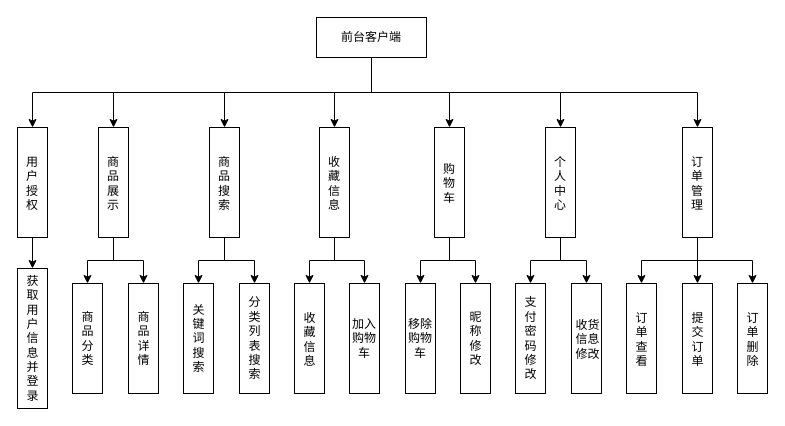
The draw.io diagram 未命名绘图.drawio in hnistzzm/-, before the edit. Source tidied: cells renumbered, new cells numbered last; positions are measured from the earlier drawing's top-left corner, leaving out a move shared by most shapes. Both pictures are drawn from the tidied source at 100%, with x=0, y=0 at pixel (17, 17).
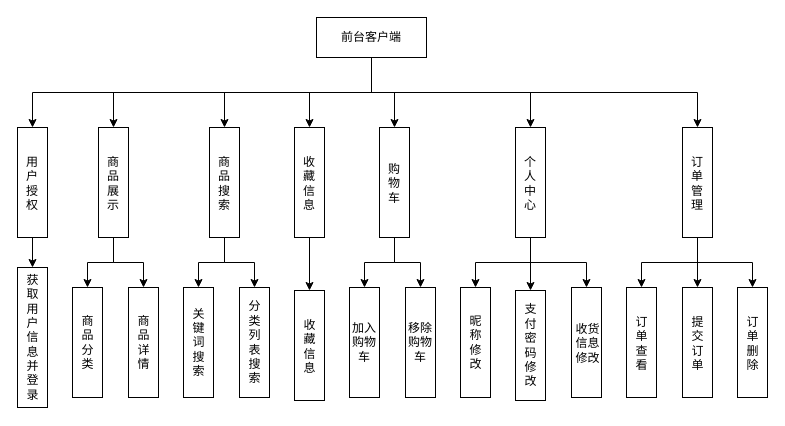
The same diagram, later.

Commit message:
更新未命名绘图.drawio

What changed in the source:
```diff
@@
-    <mxCell id="2" value="商品分类" style="rounded=0;whiteSpace=wrap;html=1;spacingTop=2;spacingLeft=3;spacingRight=2;spacingBottom=2;flipV=1;flipH=1;" parent="1" vertex="1">
-      <mxGeometry x="55" y="266" width="30" height="110" as="geometry" />
+    <mxCell id="2" value="商品分类" style="rounded=0;whiteSpace=wrap;html=1;spacingTop=2;spacingLeft=3;spacingRight=2;spacingBottom=2;flipV=0;flipH=1;" parent="1" vertex="1">
+      <mxGeometry x="55" y="270" width="30" height="110" as="geometry" />
     </mxCell>
-    <mxCell id="3" value="商品详情" style="rounded=0;whiteSpace=wrap;html=1;spacingTop=2;spacingLeft=3;spacingRight=2;spacingBottom=2;flipV=1;flipH=1;" parent="1" vertex="1">
-      <mxGeometry x="111" y="266" width="30" height="110" as="geometry" />
+    <mxCell id="3" value="商品详情" style="rounded=0;whiteSpace=wrap;html=1;spacingTop=2;spacingLeft=3;spacingRight=2;spacingBottom=2;flipV=0;flipH=1;" parent="1" vertex="1">
+      <mxGeometry x="111" y="270" width="30" height="110" as="geometry" />
     </mxCell>
-    <mxCell id="4" value="关键词搜索&lt;br&gt;" style="rounded=0;whiteSpace=wrap;html=1;spacingTop=2;spacingLeft=3;spacingRight=2;spacingBottom=2;flipV=1;flipH=1;" parent="1" vertex="1">
-      <mxGeometry x="166" y="266" width="30" height="110" as="geometry" />
+    <mxCell id="4" value="关键词搜索&lt;br&gt;" style="rounded=0;whiteSpace=wrap;html=1;spacingTop=2;spacingLeft=3;spacingRight=2;spacingBottom=2;flipV=0;flipH=1;" parent="1" vertex="1">
+      <mxGeometry x="166" y="270" width="30" height="110" as="geometry" />
     </mxCell>
-    <mxCell id="5" value="昵称修改" style="rounded=0;whiteSpace=wrap;html=1;spacingTop=2;spacingLeft=3;spacingRight=2;spacingBottom=2;flipV=1;flipH=1;" parent="1" vertex="1">
-      <mxGeometry x="443" y="266" width="30" height="110" as="geometry" />
+    <mxCell id="5" value="昵称修改" style="rounded=0;whiteSpace=wrap;html=1;spacingTop=2;spacingLeft=3;spacingRight=2;spacingBottom=2;flipV=0;flipH=1;" parent="1" vertex="1">
+      <mxGeometry x="443" y="270" width="30" height="110" as="geometry" />
     </mxCell>
-    <mxCell id="6" value="支付密码修改" style="rounded=0;whiteSpace=wrap;html=1;spacingTop=2;spacingLeft=3;spacingRight=2;spacingBottom=2;flipV=1;flipH=1;" parent="1" vertex="1">
-      <mxGeometry x="498" y="266" width="30" height="110" as="geometry" />
+    <mxCell id="6" value="支付密码修改" style="rounded=0;whiteSpace=wrap;html=1;spacingTop=2;spacingLeft=3;spacingRight=2;spacingBottom=2;flipV=0;flipH=1;" parent="1" vertex="1">
+      <mxGeometry x="498" y="273" width="30" height="110" as="geometry" />
     </mxCell>
-    <mxCell id="7" value="收货信息修改" style="rounded=0;whiteSpace=wrap;html=1;spacingTop=2;spacingLeft=3;flipV=1;flipH=1;" parent="1" vertex="1">
-      <mxGeometry x="554" y="266" width="30" height="110" as="geometry" />
+    <mxCell id="7" value="收货信息修改" style="rounded=0;whiteSpace=wrap;html=1;spacingTop=2;spacingLeft=3;flipV=0;flipH=1;" parent="1" vertex="1">
+      <mxGeometry x="554" y="270" width="30" height="110" as="geometry" />
     </mxCell>
-    <mxCell id="8" value="收藏信息" style="rounded=0;whiteSpace=wrap;html=1;spacingTop=3;spacingLeft=3;spacingRight=2;spacingBottom=2;flipV=1;flipH=1;" parent="1" vertex="1">
-      <mxGeometry x="277" y="266" width="30" height="110" as="geometry" />
+    <mxCell id="8" value="收藏信息" style="rounded=0;whiteSpace=wrap;html=1;spacingTop=3;spacingLeft=3;spacingRight=2;spacingBottom=2;flipV=0;flipH=1;" parent="1" vertex="1">
+      <mxGeometry x="277" y="273" width="30" height="110" as="geometry" />
     </mxCell>
-    <mxCell id="9" value="加入购物车&lt;br&gt;" style="rounded=0;whiteSpace=wrap;html=1;flipV=1;flipH=1;" parent="1" vertex="1">
-      <mxGeometry x="332" y="266" width="30" height="110" as="geometry" />
+    <mxCell id="9" value="加入购物车&lt;br&gt;" style="rounded=0;whiteSpace=wrap;html=1;flipV=0;flipH=1;" parent="1" vertex="1">
+      <mxGeometry x="332" y="270" width="30" height="110" as="geometry" />
     </mxCell>
-    <mxCell id="10" value="移除购物车" style="rounded=0;whiteSpace=wrap;html=1;flipV=1;flipH=1;" parent="1" vertex="1">
-      <mxGeometry x="388" y="266" width="30" height="110" as="geometry" />
+    <mxCell id="10" value="移除购物车" style="rounded=0;whiteSpace=wrap;html=1;flipV=0;flipH=1;" parent="1" vertex="1">
+      <mxGeometry x="388" y="270" width="30" height="110" as="geometry" />
     </mxCell>
-    <mxCell id="11" value="提交订单" style="rounded=0;whiteSpace=wrap;html=1;spacingTop=3;spacingLeft=3;spacingRight=2;spacingBottom=2;flipV=1;flipH=1;" parent="1" vertex="1">
-      <mxGeometry x="665" y="266" width="30" height="110" as="geometry" />
+    <mxCell id="11" value="提交订单" style="rounded=0;whiteSpace=wrap;html=1;spacingTop=3;spacingLeft=3;spacingRight=2;spacingBottom=2;flipV=0;flipH=1;" parent="1" vertex="1">
+      <mxGeometry x="665" y="270" width="30" height="110" as="geometry" />
     </mxCell>
-    <mxCell id="12" value="订单查看" style="rounded=0;whiteSpace=wrap;html=1;spacingTop=3;spacingLeft=3;spacingRight=2;spacingBottom=2;flipV=1;flipH=1;" parent="1" vertex="1">
-      <mxGeometry x="609" y="266" width="30" height="110" as="geometry" />
+    <mxCell id="12" value="订单查看" style="rounded=0;whiteSpace=wrap;html=1;spacingTop=3;spacingLeft=3;spacingRight=2;spacingBottom=2;flipV=0;flipH=1;" parent="1" vertex="1">
+      <mxGeometry x="609" y="270" width="30" height="110" as="geometry" />
     </mxCell>
-    <mxCell id="13" value="订单删除" style="rounded=0;whiteSpace=wrap;html=1;spacingTop=3;spacingLeft=3;spacingRight=2;spacingBottom=2;flipV=1;flipH=1;" parent="1" vertex="1">
-      <mxGeometry x="720" y="266" width="30" height="110" as="geometry" />
+    <mxCell id="13" value="订单删除" style="rounded=0;whiteSpace=wrap;html=1;spacingTop=3;spacingLeft=3;spacingRight=2;spacingBottom=2;flipV=0;flipH=1;" parent="1" vertex="1">
+      <mxGeometry x="720" y="270" width="30" height="110" as="geometry" />
     </mxCell>
@@
-    <mxCell id="31" style="edgeStyle=orthogonalEdgeStyle;rounded=0;jettySize=auto;html=1;exitX=0.5;exitY=1;exitDx=0;exitDy=0;entryX=0.5;entryY=0;entryDx=0;entryDy=0;" parent="1" edge="1" source="32" target="5">
-      <mxGeometry relative="1" as="geometry" />
-    </mxCell>
+    <mxCell id="45" style="edgeStyle=orthogonalEdgeStyle;rounded=0;jettySize=auto;html=1;exitX=0.5;exitY=1;exitDx=0;exitDy=0;entryX=0.5;entryY=0;entryDx=0;entryDy=0;" parent="1" edge="1" source="32" target="9">
+      <mxGeometry relative="1" as="geometry" />
+    </mxCell>
     <mxCell id="32" value="购物车" style="rounded=0;whiteSpace=wrap;html=1;verticalAlign=middle;labelPosition=center;verticalLabelPosition=middle;align=center;spacingTop=5;spacingLeft=3;spacingBottom=3;spacingRight=3;" parent="1" vertex="1">
-      <mxGeometry x="417" y="110" width="30" height="110" as="geometry" />
+      <mxGeometry x="362" y="110" width="30" height="110" as="geometry" />
     </mxCell>
@@
+    <mxCell id="46" style="edgeStyle=orthogonalEdgeStyle;rounded=0;jettySize=auto;html=1;exitX=0.5;exitY=1;exitDx=0;exitDy=0;" parent="1" edge="1" source="35" target="5">
+      <mxGeometry relative="1" as="geometry" />
+    </mxCell>
     <mxCell id="35" value="个人中心&lt;br&gt;" style="rounded=0;whiteSpace=wrap;html=1;verticalAlign=middle;labelPosition=center;verticalLabelPosition=middle;align=center;spacingTop=5;spacingLeft=3;spacingBottom=3;spacingRight=3;" parent="1" vertex="1">
-      <mxGeometry x="528" y="110" width="30" height="110" as="geometry" />
+      <mxGeometry x="498" y="110" width="30" height="110" as="geometry" />
     </mxCell>
@@
-    <mxCell id="37" style="edgeStyle=orthogonalEdgeStyle;rounded=0;jettySize=auto;html=1;exitX=0.5;exitY=1;exitDx=0;exitDy=0;entryX=0.5;entryY=0;entryDx=0;entryDy=0;" parent="1" edge="1" source="38" target="9">
-      <mxGeometry relative="1" as="geometry" />
-    </mxCell>
     <mxCell id="38" value="收藏信息&lt;br&gt;" style="rounded=0;whiteSpace=wrap;html=1;verticalAlign=middle;labelPosition=center;verticalLabelPosition=middle;align=center;spacingTop=5;spacingLeft=3;spacingBottom=3;spacingRight=3;" parent="1" vertex="1">
-      <mxGeometry x="302" y="110" width="30" height="110" as="geometry" />
+      <mxGeometry x="277" y="110" width="30" height="110" as="geometry" />
     </mxCell>
@@
-    <mxCell id="43" value="获取用户信息并登录" style="rounded=0;whiteSpace=wrap;html=1;spacingTop=2;spacingLeft=3;spacingBottom=3;spacingRight=2;flipV=1;flipH=1;" parent="1" vertex="1">
-      <mxGeometry y="251" width="30" height="140" as="geometry" />
+    <mxCell id="43" value="获取用户信息并登录" style="rounded=0;whiteSpace=wrap;html=1;spacingTop=2;spacingLeft=3;spacingBottom=3;spacingRight=2;flipV=0;flipH=1;" parent="1" vertex="1">
+      <mxGeometry y="250" width="30" height="140" as="geometry" />
     </mxCell>
-    <mxCell id="44" value="分类列表搜索&lt;br&gt;" style="rounded=0;whiteSpace=wrap;html=1;spacingTop=2;spacingLeft=3;spacingBottom=3;spacingRight=2;flipV=1;flipH=1;" parent="1" vertex="1">
-      <mxGeometry x="222" y="266" width="30" height="110" as="geometry" />
+    <mxCell id="44" value="分类列表搜索&lt;br&gt;" style="rounded=0;whiteSpace=wrap;html=1;spacingTop=2;spacingLeft=3;spacingBottom=3;spacingRight=2;flipV=0;flipH=1;" parent="1" vertex="1">
+      <mxGeometry x="222" y="270" width="30" height="110" as="geometry" />
     </mxCell>
```
